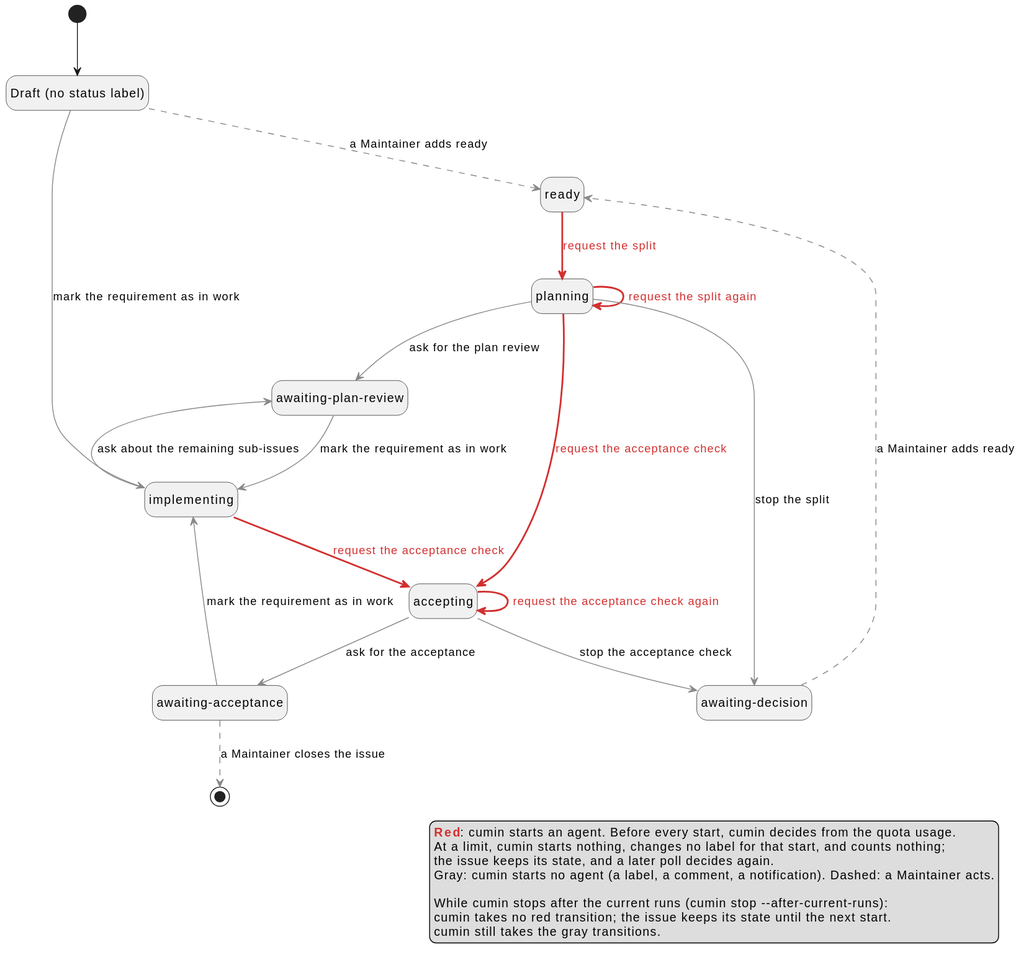
Above: docs/ja/requirements/workflow/requirement-issue-agent-starts.svg in cloveclovedev/cumin-works (PlantUML), before the change.
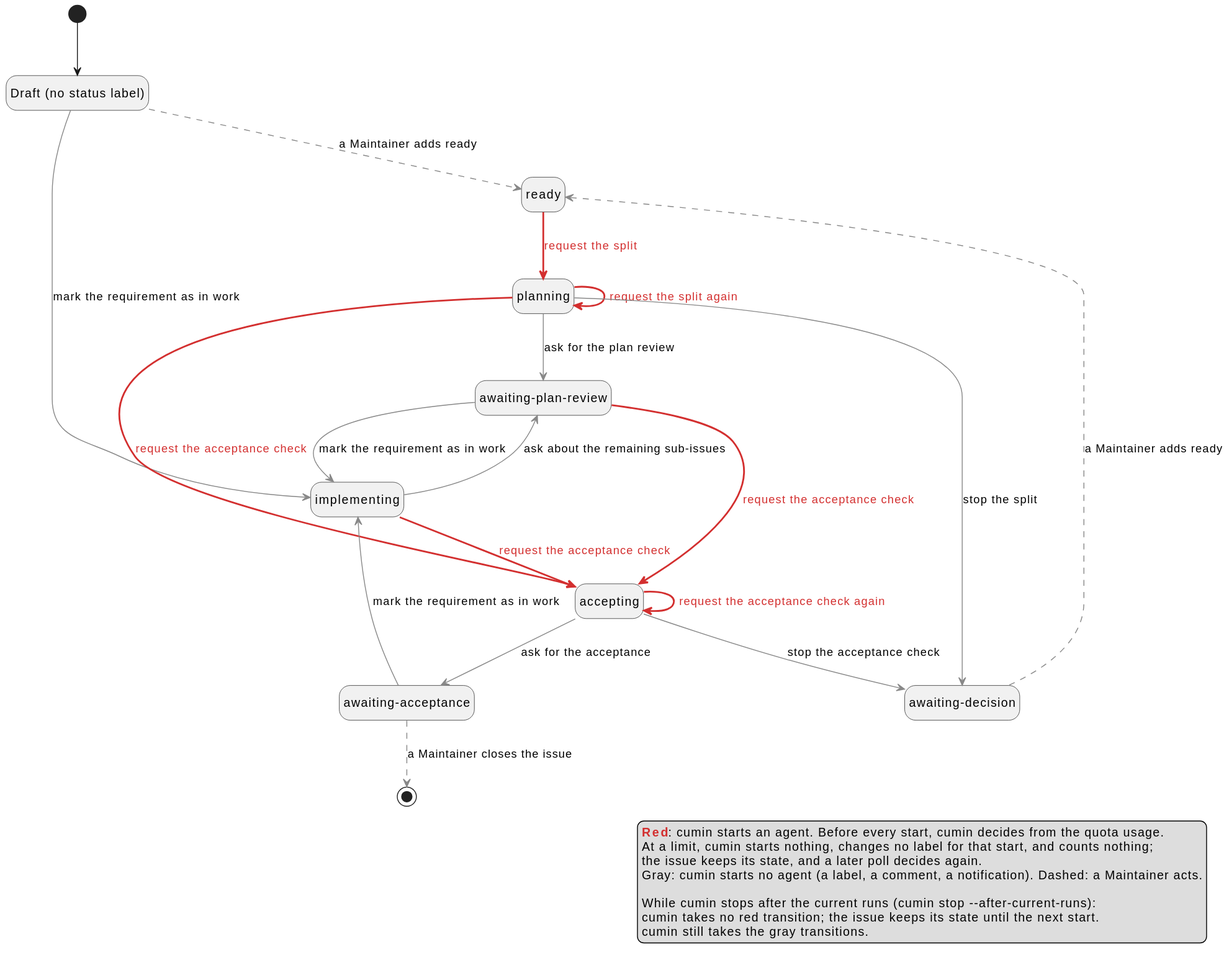
Above is the later version.

Commit message:
docs(requirements): request the acceptance check from the plan review state too (#663)

What changed in the source:
```diff
@@ -20,6 +20,7 @@
 Planning -[#D32F2F,bold]-> Planning : <color:#D32F2F>request the split again</color>
 Planning -[#888888]-> Decision : stop the split
 PlanReview -[#888888]-> Implementing : mark the requirement as in work
+PlanReview -[#D32F2F,bold]-> Accepting : <color:#D32F2F>request the acceptance check</color>
 Implementing -[#D32F2F,bold]-> Accepting : <color:#D32F2F>request the acceptance check</color>
 Implementing -[#888888]-> PlanReview : ask about the remaining sub-issues
 Accepting -[#888888]-> Acceptance : ask for the acceptance
```
